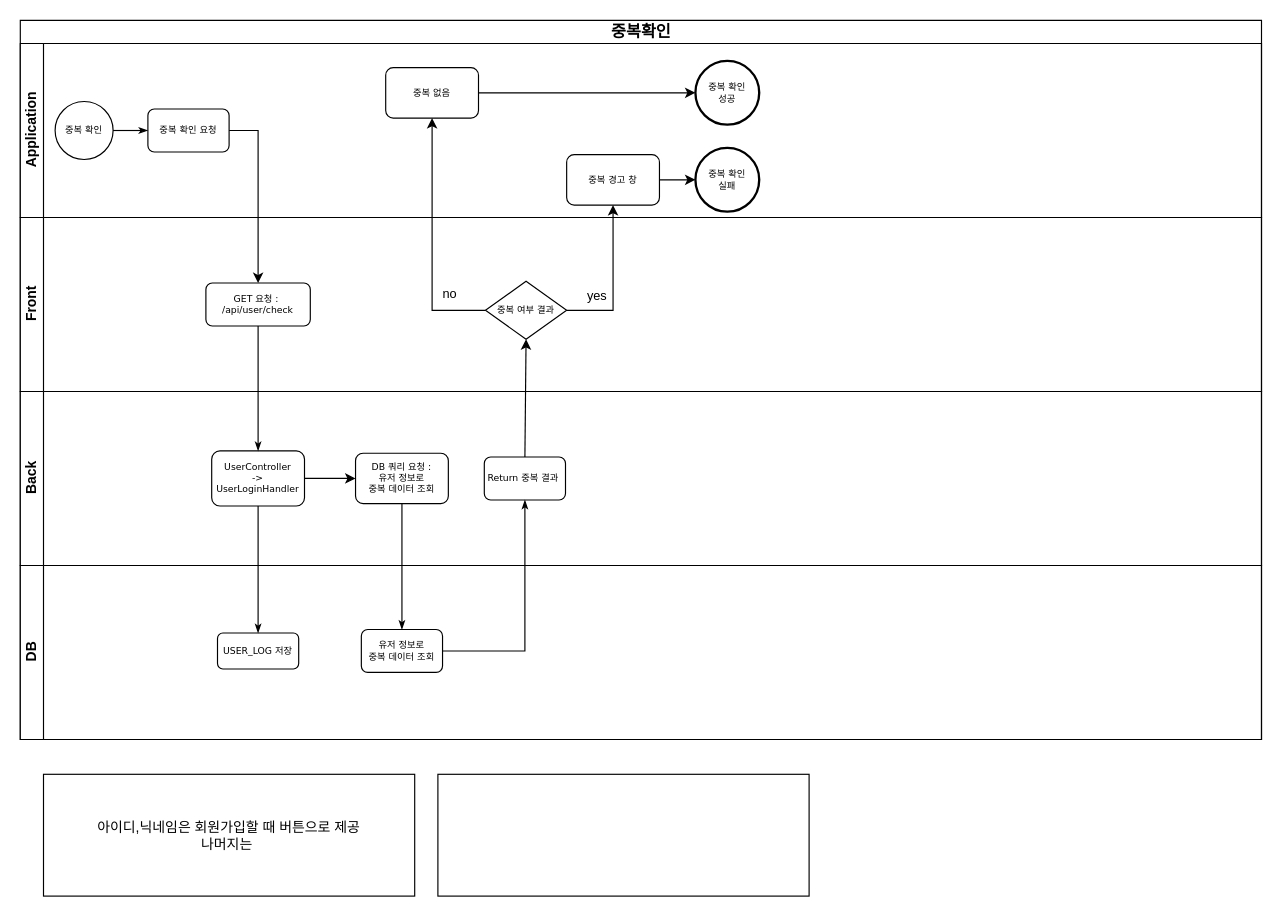
Earlier version of the draw.io diagram page "중복확인(아이디,닉네임,이메일,휴대폰,회원)" (5 of 12) of flowchart.drawio (dyonyon2/The-10000-Hour-Rule). Source tidied: cells renumbered, new cells numbered last; positions are measured from the earlier drawing's top-left corner, leaving out a move shared by most shapes. Both pictures are drawn from the tidied source at 116%, with x=0, y=0 at pixel (20, 20).
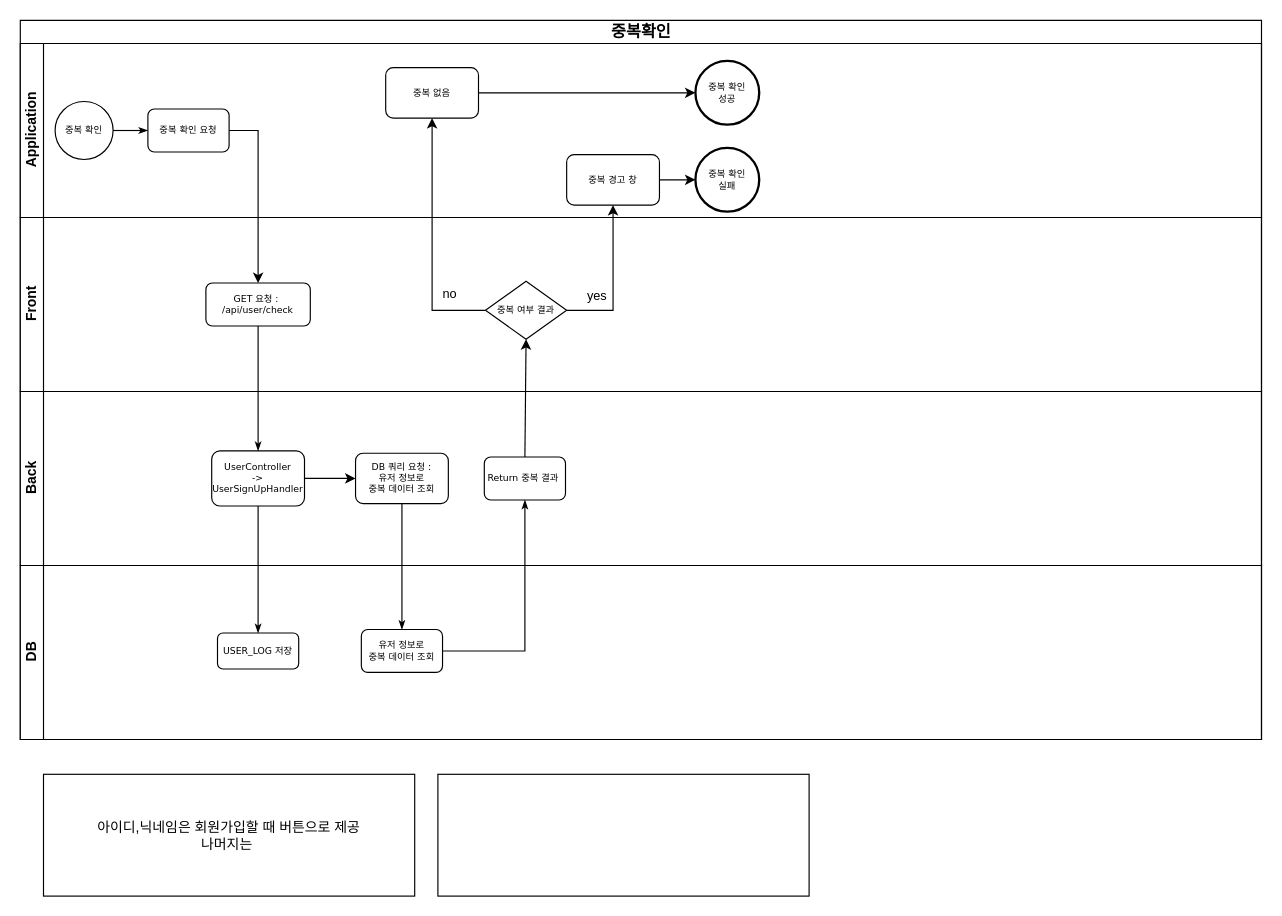
The same diagram, later.

The change refers to these unchanged cells:
```xml
<mxCell id="26" value="DB" style="swimlane;html=1;startSize=20;horizontal=0;" parent="1" vertex="1">
  <mxGeometry y="470" width="1070" height="150" as="geometry" />
</mxCell>
```

The edit, as a diff of the source:
```diff
@@
-    <mxCell id="27" value="UserController &lt;br&gt;-&amp;gt; UserLoginHandler" style="rounded=1;whiteSpace=wrap;html=1;shadow=0;labelBackgroundColor=none;strokeWidth=1;fontFamily=Verdana;fontSize=8;align=center;" parent="26" vertex="1">
+    <mxCell id="27" value="UserController &lt;br&gt;-&amp;gt; UserSignUpHandler" style="rounded=1;whiteSpace=wrap;html=1;shadow=0;labelBackgroundColor=none;strokeWidth=1;fontFamily=Verdana;fontSize=8;align=center;" parent="26" vertex="1">
       <mxGeometry x="165" y="-98.8" width="80" height="47.5" as="geometry" />
     </mxCell>
```
